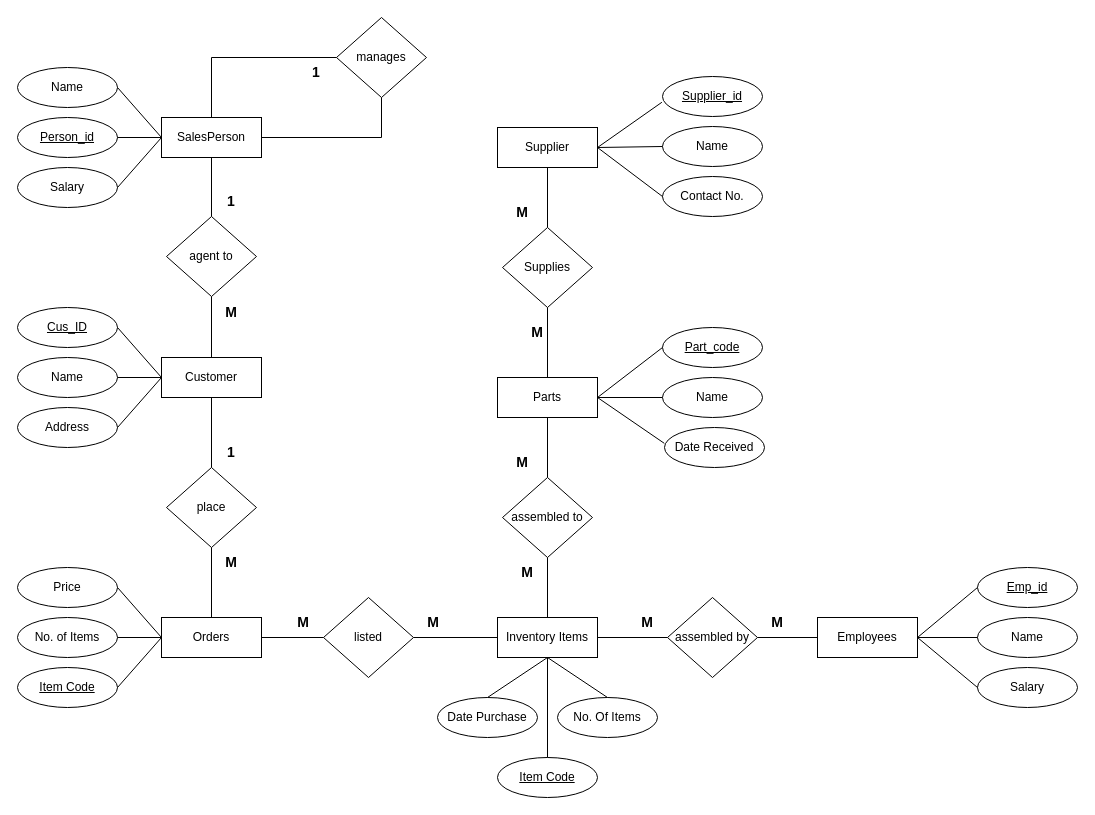
Before: Assignment.drawio in Lanxxxe/Information-Management, a draw.io diagram. Source tidied: cells renumbered, new cells numbered last; positions are measured from the earlier drawing's top-left corner, leaving out a move shared by most shapes. Both pictures are drawn from the tidied source at 100%, with x=0, y=0 at pixel (17, 17).
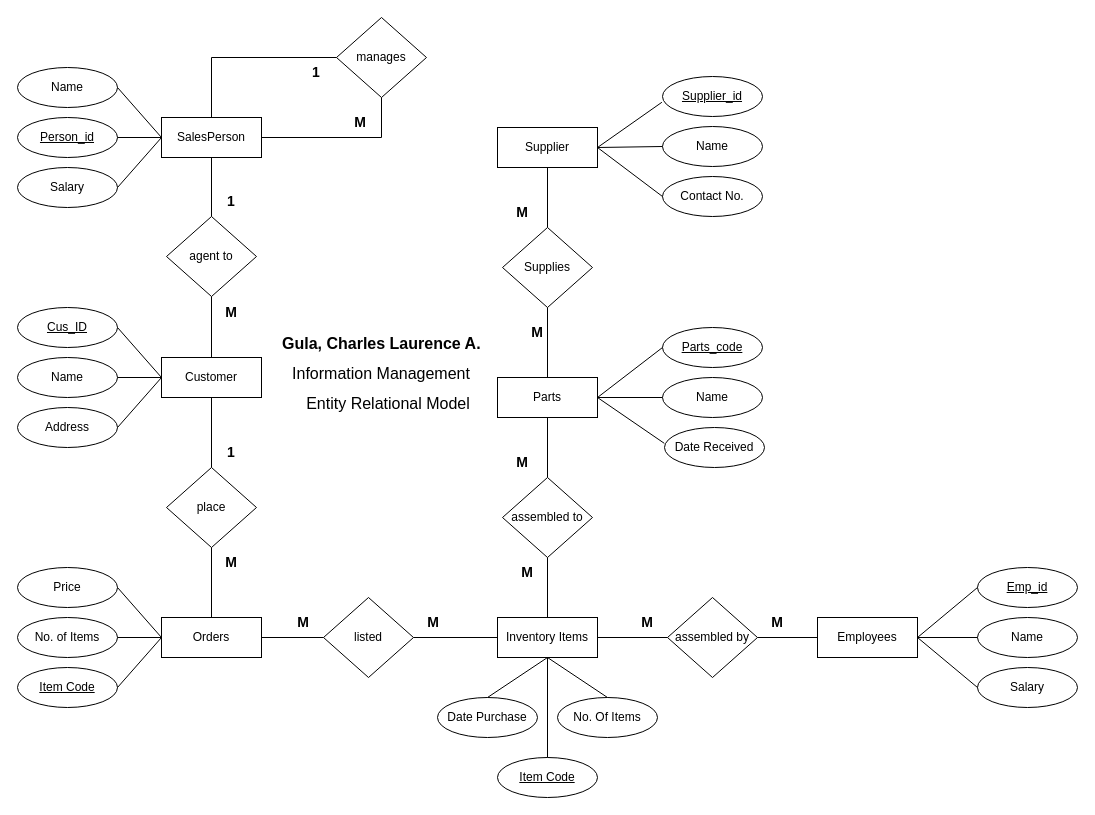
The same diagram, later.

Change to the diagram source:
```diff
@@
-    <mxCell id="74" value="Part_code" style="ellipse;whiteSpace=wrap;html=1;align=center;fontStyle=4;" parent="1" vertex="1">
+    <mxCell id="74" value="Parts_code" style="ellipse;whiteSpace=wrap;html=1;align=center;fontStyle=4;" parent="1" vertex="1">
       <mxGeometry x="645" y="310" width="100" height="40" as="geometry" />
     </mxCell>
@@
+    <mxCell id="85" value="M" style="text;strokeColor=none;fillColor=none;spacingLeft=4;spacingRight=4;overflow=hidden;fontSize=14;whiteSpace=wrap;html=1;align=center;fontStyle=1;verticalAlign=middle;" parent="1" vertex="1">
+      <mxGeometry x="323" y="90" width="40" height="30" as="geometry" />
+    </mxCell>
+    <mxCell id="86" style="group;" parent="1" vertex="1">
+      <mxGeometry x="259" y="310" width="217" height="90" as="geometry" />
+    </mxCell>
+    <mxCell id="87" value="&lt;font style=&quot;font-size: 16px;&quot;&gt;&lt;b&gt;Gula, Charles Laurence A.&lt;/b&gt;&lt;/font&gt;" style="text;strokeColor=none;fillColor=none;spacingLeft=4;spacingRight=4;overflow=hidden;fontSize=12;whiteSpace=wrap;html=1;" parent="86" vertex="1">
+      <mxGeometry width="210" height="30" as="geometry" />
+    </mxCell>
+    <mxCell id="88" value="&lt;font style=&quot;font-size: 16px;&quot;&gt;Information Management&lt;/font&gt;" style="text;strokeColor=none;fillColor=none;spacingLeft=4;spacingRight=4;overflow=hidden;fontSize=12;whiteSpace=wrap;html=1;align=center;" parent="86" vertex="1">
+      <mxGeometry y="30" width="210" height="30" as="geometry" />
+    </mxCell>
+    <mxCell id="89" value="&lt;font style=&quot;font-size: 16px;&quot;&gt;Entity Relational Model&lt;/font&gt;" style="text;strokeColor=none;fillColor=none;spacingLeft=4;spacingRight=4;overflow=hidden;fontSize=12;whiteSpace=wrap;html=1;align=center;" parent="86" vertex="1">
+      <mxGeometry x="7" y="60" width="210" height="30" as="geometry" />
+    </mxCell>
```
